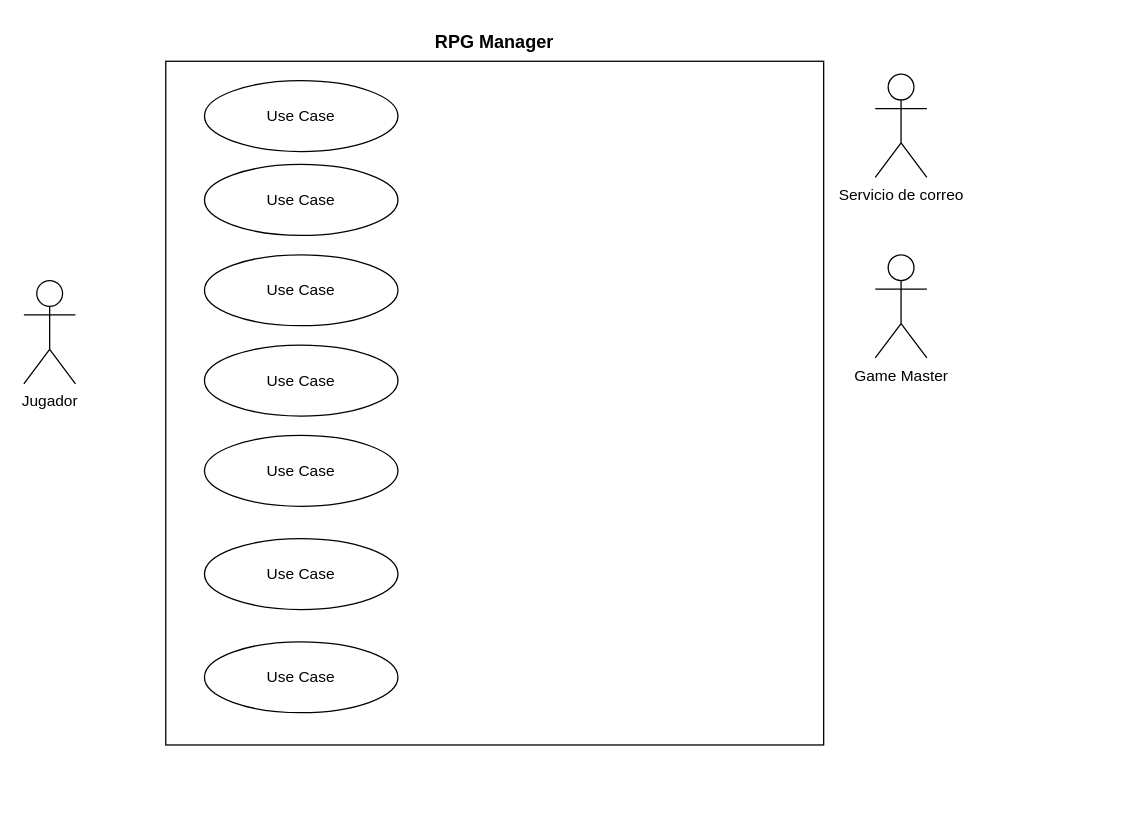
Above: 02_casos_uso_rpg.drawio in stephannynayleth01-coder/DRAW.IO_AS (draw.io), before the change. Source tidied: cells renumbered, new cells numbered last; positions are measured from the earlier drawing's top-left corner, leaving out a move shared by most shapes. Both pictures are drawn from the tidied source at 129%, with x=0, y=0 at pixel (23, 22).
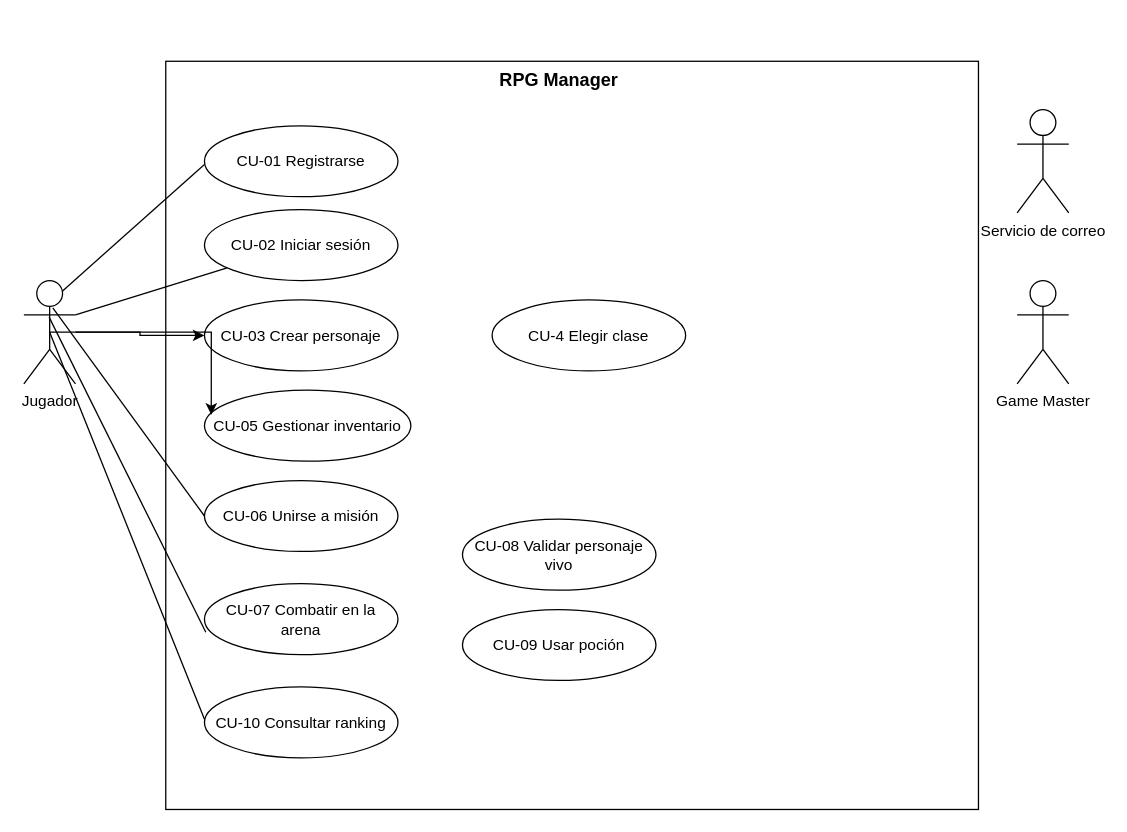
The same diagram, later.

Unchanged cells that the change refers to:
```xml
<mxCell id="4" value="Jugador" style="shape=umlActor;verticalLabelPosition=bottom;verticalAlign=top;html=1;labelPerimeter=1;" parent="1" vertex="1">
  <mxGeometry y="200" width="40" height="80" as="geometry" />
</mxCell>
```

What changed in the source:
```diff
@@
     <mxCell id="2" style="rounded=0;whiteSpace=wrap;html=1;" parent="1" vertex="1">
-      <mxGeometry x="110" y="30" width="510" height="530" as="geometry" />
+      <mxGeometry x="110" y="30" width="630" height="580" as="geometry" />
     </mxCell>
     <mxCell id="3" value="&lt;span lang=&quot;ES-MX&quot; class=&quot;TextRun SCXW11335458 BCX0&quot; style=&quot;accent-color: auto; place-content: normal; place-items: normal; place-self: auto; alignment-baseline: auto; anchor-name: none; anchor-scope: none; animation: 0s ease 0s 1 normal none running none; animation-composition: replace; animation-trigger: none; app-region: none; appearance: none; aspect-ratio: auto; backdrop-filter: none; backface-visibility: visible; background: none 0% 0% / auto repeat scroll padding-box border-box rgba(0, 0, 0, 0); background-blend-mode: normal; baseline-shift: 0px; baseline-source: auto; border: 0px rgb(0, 0, 0); border-collapse: separate; border-end-end-radius: 0px; border-end-start-radius: 0px; border-shape: none; border-spacing: 0px; border-start-end-radius: 0px; border-start-start-radius: 0px; border-radius: 0px; inset: auto; box-decoration-break: slice; box-shadow: none; box-sizing: content-box; break-after: auto; break-before: auto; break-inside: auto; buffered-rendering: auto; caption-side: top; caret-animation: auto; caret-color: rgb(0, 0, 0); caret-shape: auto; clear: none; clip: auto; clip-path: none; clip-rule: nonzero; color-interpolation: srgb; color-interpolation-filters: linearrgb; color-rendering: auto; color-scheme: normal; columns: auto; column-fill: balance; gap: normal; rule: 3px rgb(0, 0, 0); rule-break: normal; rule-inset: 0px; rule-visibility-items: normal; column-span: none; contain: none; contain-intrinsic-block-size: none; contain-intrinsic-size: none; contain-intrinsic-inline-size: none; container: none; content: normal; content-visibility: visible; corner-block-end-shape: superellipse(1); corner-shape: superellipse(1); corner-block-start-shape: superellipse(1); counter-increment: none; counter-reset: none; counter-set: none; cursor: text; cx: 0px; cy: 0px; d: none; direction: ltr; display: inline; dominant-baseline: auto; dynamic-range-limit: no-limit; empty-cells: show; field-sizing: fixed; fill: rgb(0, 0, 0); fill-opacity: 1; fill-rule: nonzero; filter: none; flex: 0 1 auto; flex-flow: row; flex-line-count: 1; float: none; flood-color: rgb(0, 0, 0); flood-opacity: 1; font-family: WordVisi_MSFontService, Arial, Arial_EmbeddedFont, Arial_MSFontService, sans-serif; font-feature-settings: normal; font-kerning: none; font-language-override: normal; font-optical-sizing: auto; font-palette: normal; font-size: 14px; font-size-adjust: none; font-stretch: 100%; font-synthesis: weight style small-caps; font-variant: none; font-variation-settings: normal; font-weight: 700; forced-color-adjust: auto; frame-sizing: auto; grid-area: auto; grid: none; height: auto; hyphenate-character: auto; hyphenate-limit-chars: auto; hyphens: manual; image-orientation: from-image; image-rendering: auto; initial-letter: normal; inline-size: auto; inset-block: auto; inset-inline: auto; interactivity: auto; interest-delay: normal; interpolate-size: numeric-only; isolation: auto; lighting-color: rgb(255, 255, 255); line-break: auto; line-height: 17.2667px; list-style: outside none disc; margin: 0px; margin-trim: none; marker: none; mask: none; mask-type: luminance; math-depth: 0; math-shift: normal; math-style: normal; max-height: none; max-width: none; min-height: 0px; min-width: 0px; mix-blend-mode: normal; object-fit: fill; object-position: 50% 50%; object-view-box: none; offset: normal; opacity: 1; order: 0; outline: rgb(0, 0, 0) none 3px; outline-offset: 0px; overflow-anchor: auto; overflow-block: visible; overflow-clip-margin: 0px; overflow-inline: visible; overflow-wrap: break-word; overflow: visible; overlay: none; overscroll-behavior-block: auto; overscroll-behavior-inline: auto; overscroll-behavior: auto; padding: 0px; page: auto; paint-order: normal; perspective: none; perspective-origin: 0px 0px; pointer-events: auto; position: static; position-anchor: normal; position-area: none; position-try: none; position-visibility: anchors-visible; print-color-adjust: economy; quotes: auto; r: 0px; reading-flow: normal; reading-order: 0; resize: none; rotate: none; ruby-align: space-around; ruby-overhang: auto; ruby-position: over; rule-overlap: row-over-column; rx: auto; ry: auto; scale: none; scroll-axis-lock: auto; scroll-behavior: auto; scroll-initial-target: none; scroll-margin-block: 0px; scroll-margin: 0px; scroll-margin-inline: 0px; scroll-marker-group: none; scroll-padding-block: auto; scroll-padding: auto; scroll-padding-inline: auto; scroll-snap-align: none; scroll-snap-stop: normal; scroll-snap-type: none; scroll-target-group: none; scroll-timeline: none; scrollbar-color: auto; scrollbar-gutter: auto; scrollbar-width: auto; shape-image-threshold: 0; shape-margin: 0px; shape-outside: none; shape-rendering: auto; speak: normal; stop-color: rgb(0, 0, 0); stop-opacity: 1; stroke: none; stroke-dasharray: none; stroke-dashoffset: 0px; stroke-linecap: butt; stroke-linejoin: miter; stroke-miterlimit: 4; stroke-opacity: 1; stroke-width: 1px; tab-size: 8; table-layout: auto; text-align: left; text-align-last: auto; text-anchor: start; text-autospace: no-autospace; text-box: normal; text-combine-upright: none; text-decoration: rgb(0, 0, 0); text-decoration-skip-ink: auto; text-emphasis: none rgb(0, 0, 0); text-emphasis-position: over; text-fit: none; text-justify: auto; text-orientation: mixed; text-overflow: clip; text-rendering: auto; text-shadow: none; text-size-adjust: auto; text-spacing-trim: normal; text-underline-offset: auto; text-underline-position: auto; text-wrap: wrap; timeline-scope: none; timeline-trigger: none; touch-action: auto; transform: none; transform-box: view-box; transform-origin: 0px 0px; transform-style: flat; transition: all; translate: none; trigger-scope: none; unicode-bidi: normal; user-select: text; vector-effect: none; vertical-align: baseline; view-timeline: none; view-transition-class: none; view-transition-group: normal; view-transition-name: none; view-transition-scope: none; visibility: visible; border-block: 0px rgb(0, 0, 0); border-inline: 0px rgb(0, 0, 0); -webkit-border-image: none; -webkit-box-align: stretch; -webkit-box-decoration-break: slice; -webkit-box-direction: normal; -webkit-box-flex: 0; -webkit-box-ordinal-group: 1; -webkit-box-orient: horizontal; -webkit-box-pack: start; -webkit-font-smoothing: auto; -webkit-line-break: auto; -webkit-line-clamp: none; -webkit-locale: &amp;quot;ES-MX&amp;quot;; block-size: auto; margin-block: 0px; margin-inline: 0px; -webkit-mask-box-image-source: none; -webkit-mask-box-image-slice: 0 fill; -webkit-mask-box-image-width: auto; -webkit-mask-box-image-outset: 0; -webkit-mask-box-image-repeat: stretch; max-block-size: none; max-inline-size: none; min-block-size: 0px; min-inline-size: 0px; padding-block: 0px; padding-inline: 0px; -webkit-rtl-ordering: logical; -webkit-ruby-position: before; -webkit-tap-highlight-color: rgba(0, 0, 0, 0); -webkit-text-combine: none; -webkit-text-fill-color: rgb(0, 0, 0); -webkit-text-orientation: vertical-right; -webkit-text-security: none; -webkit-text-stroke: 0px rgb(0, 0, 0); -webkit-user-drag: none; -webkit-user-modify: read-only; -webkit-writing-mode: horizontal-tb; white-space-collapse: preserve; width: auto; will-change: auto; window-drag: none; word-break: normal; writing-mode: horizontal-tb; x: 0px; y: 0px; z-index: auto; zoom: 1;&quot;&gt;&lt;span class=&quot;NormalTextRun SCXW11335458 BCX0&quot;&gt;RPG Manager&lt;/span&gt;&lt;/span&gt;" style="text;html=1;whiteSpace=wrap;strokeColor=none;fillColor=none;align=center;verticalAlign=middle;rounded=0;" parent="1" vertex="1">
-      <mxGeometry x="310" width="110" height="30" as="geometry" />
+      <mxGeometry x="360" y="30" width="110" height="30" as="geometry" />
     </mxCell>
+    <mxCell id="14" style="rounded=0;jettySize=auto;html=1;exitX=0.75;exitY=0.1;exitDx=0;exitDy=0;exitPerimeter=0;defaultLabelBackgroundColor=page;endArrow=none;endFill=0;" parent="1" edge="1" source="4">
+      <mxGeometry relative="1" as="geometry">
+        <mxPoint x="140" y="110" as="targetPoint" />
+      </mxGeometry>
+    </mxCell>
+    <mxCell id="15" style="rounded=0;jettySize=auto;html=1;exitX=1;exitY=0.3333333333333333;exitDx=0;exitDy=0;exitPerimeter=0;defaultLabelBackgroundColor=page;endArrow=none;endFill=0;" parent="1" edge="1" source="4" target="9">
+      <mxGeometry x="-0.01" relative="1" as="geometry" />
+    </mxCell>
+    <mxCell id="16" style="edgeStyle=orthogonalEdgeStyle;rounded=0;jettySize=auto;html=1;exitX=0.5;exitY=0.5;exitDx=0;exitDy=0;exitPerimeter=0;entryX=0;entryY=0.5;entryDx=0;entryDy=0;defaultLabelBackgroundColor=page;" parent="1" edge="1" source="4" target="8">
+      <mxGeometry relative="1" as="geometry" />
+    </mxCell>
+    <mxCell id="17" style="rounded=0;jettySize=auto;html=1;exitX=0.561;exitY=0.264;exitDx=0;exitDy=0;exitPerimeter=0;entryX=0;entryY=0.5;entryDx=0;entryDy=0;defaultLabelBackgroundColor=page;endArrow=none;endFill=0;" parent="1" edge="1" source="4" target="11">
+      <mxGeometry x="0.06" relative="1" as="geometry" />
+    </mxCell>
+    <mxCell id="18" style="rounded=0;jettySize=auto;html=1;exitX=0.5;exitY=0.5;exitDx=0;exitDy=0;exitPerimeter=0;defaultLabelBackgroundColor=page;endArrow=none;endFill=0;" parent="1" edge="1" source="4">
+      <mxGeometry relative="1" as="geometry">
+        <mxPoint x="140" y="540" as="targetPoint" />
+      </mxGeometry>
+    </mxCell>
@@
     <mxCell id="5" value="Servicio de correo" style="shape=umlActor;verticalLabelPosition=bottom;verticalAlign=top;html=1;labelPerimeter=1;" parent="1" vertex="1">
-      <mxGeometry x="660" y="40" width="40" height="80" as="geometry" />
+      <mxGeometry x="770" y="67.5" width="40" height="80" as="geometry" />
     </mxCell>
     <mxCell id="6" value="Game Master" style="shape=umlActor;verticalLabelPosition=bottom;verticalAlign=top;html=1;labelPerimeter=1;" parent="1" vertex="1">
-      <mxGeometry x="660" y="180" width="40" height="80" as="geometry" />
+      <mxGeometry x="770" y="200" width="40" height="80" as="geometry" />
     </mxCell>
+    <mxCell id="19" style="group;" parent="1" vertex="1">
+      <mxGeometry x="140" y="80" width="373" height="490" as="geometry" />
+    </mxCell>
-    <mxCell id="7" value="Use Case" style="ellipse;whiteSpace=wrap;html=1;" parent="1" vertex="1">
-      <mxGeometry x="140" y="45" width="150" height="55" as="geometry" />
+    <mxCell id="7" value="CU-01 Registrarse" style="ellipse;whiteSpace=wrap;html=1;" parent="19" vertex="1">
+      <mxGeometry width="150" height="55" as="geometry" />
     </mxCell>
-    <mxCell id="8" value="Use Case" style="ellipse;whiteSpace=wrap;html=1;" parent="1" vertex="1">
-      <mxGeometry x="140" y="180" width="150" height="55" as="geometry" />
+    <mxCell id="8" value="CU-03 Crear personaje" style="ellipse;whiteSpace=wrap;html=1;" parent="19" vertex="1">
+      <mxGeometry y="135" width="150" height="55" as="geometry" />
     </mxCell>
-    <mxCell id="9" value="Use Case" style="ellipse;whiteSpace=wrap;html=1;" parent="1" vertex="1">
-      <mxGeometry x="140" y="110" width="150" height="55" as="geometry" />
+    <mxCell id="9" value="CU-02 Iniciar sesión" style="ellipse;whiteSpace=wrap;html=1;" parent="19" vertex="1">
+      <mxGeometry y="65" width="150" height="55" as="geometry" />
     </mxCell>
-    <mxCell id="10" value="Use Case" style="ellipse;whiteSpace=wrap;html=1;" parent="1" vertex="1">
-      <mxGeometry x="140" y="480" width="150" height="55" as="geometry" />
+    <mxCell id="10" value="CU-10 Consultar ranking" style="ellipse;whiteSpace=wrap;html=1;" parent="19" vertex="1">
+      <mxGeometry y="435" width="150" height="55" as="geometry" />
     </mxCell>
-    <mxCell id="11" value="Use Case" style="ellipse;whiteSpace=wrap;html=1;" parent="1" vertex="1">
-      <mxGeometry x="140" y="320" width="150" height="55" as="geometry" />
+    <mxCell id="11" value="CU-06 Unirse a misión" style="ellipse;whiteSpace=wrap;html=1;" parent="19" vertex="1">
+      <mxGeometry y="275" width="150" height="55" as="geometry" />
     </mxCell>
-    <mxCell id="12" value="Use Case" style="ellipse;whiteSpace=wrap;html=1;" parent="1" vertex="1">
-      <mxGeometry x="140" y="250" width="150" height="55" as="geometry" />
+    <mxCell id="12" value="CU-05 Gestionar inventario" style="ellipse;whiteSpace=wrap;html=1;" parent="19" vertex="1">
+      <mxGeometry y="205" width="160" height="55" as="geometry" />
     </mxCell>
-    <mxCell id="13" value="Use Case" style="ellipse;whiteSpace=wrap;html=1;" parent="1" vertex="1">
-      <mxGeometry x="140" y="400" width="150" height="55" as="geometry" />
+    <mxCell id="13" value="CU-07 Combatir en la arena" style="ellipse;whiteSpace=wrap;html=1;" parent="19" vertex="1">
+      <mxGeometry y="355" width="150" height="55" as="geometry" />
     </mxCell>
+    <mxCell id="20" value="CU-4 Elegir clase" style="ellipse;whiteSpace=wrap;html=1;" parent="19" vertex="1">
+      <mxGeometry x="223" y="135" width="150" height="55" as="geometry" />
+    </mxCell>
+    <mxCell id="21" value="CU-08 Validar personaje vivo" style="ellipse;whiteSpace=wrap;html=1;" parent="19" vertex="1">
+      <mxGeometry x="200" y="305" width="150" height="55" as="geometry" />
+    </mxCell>
+    <mxCell id="22" value="CU-09 Usar poción" style="ellipse;whiteSpace=wrap;html=1;" parent="19" vertex="1">
+      <mxGeometry x="200" y="375" width="150" height="55" as="geometry" />
+    </mxCell>
+    <mxCell id="23" style="edgeStyle=orthogonalEdgeStyle;rounded=0;jettySize=auto;html=1;entryX=0.033;entryY=0.345;entryDx=0;entryDy=0;entryPerimeter=0;defaultLabelBackgroundColor=page;" parent="1" edge="1" source="4" target="12">
+      <mxGeometry relative="1" as="geometry" />
+    </mxCell>
+    <mxCell id="24" style="rounded=0;jettySize=auto;html=1;exitX=0.489;exitY=0.354;exitDx=0;exitDy=0;exitPerimeter=0;entryX=0.007;entryY=0.683;entryDx=0;entryDy=0;entryPerimeter=0;defaultLabelBackgroundColor=page;endArrow=none;endFill=0;" parent="1" edge="1" source="4" target="13">
+      <mxGeometry x="0.03" relative="1" as="geometry" />
+    </mxCell>
```
